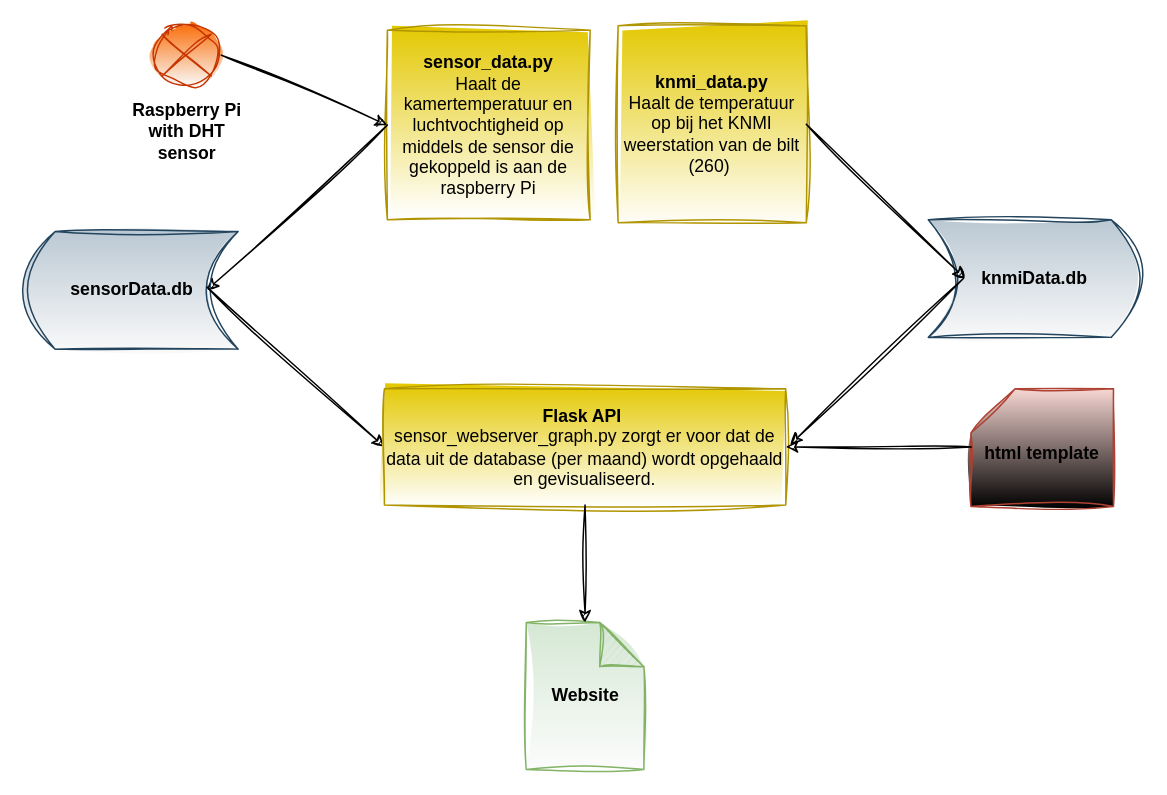
Earlier version of the draw.io diagram setup.drawio (Nelleke20/service.sensor-data). Source tidied: cells renumbered, new cells numbered last; positions are measured from the earlier drawing's top-left corner, leaving out a move shared by most shapes. Both pictures are drawn from the tidied source at 147%, with x=0, y=0 at pixel (25, 25).
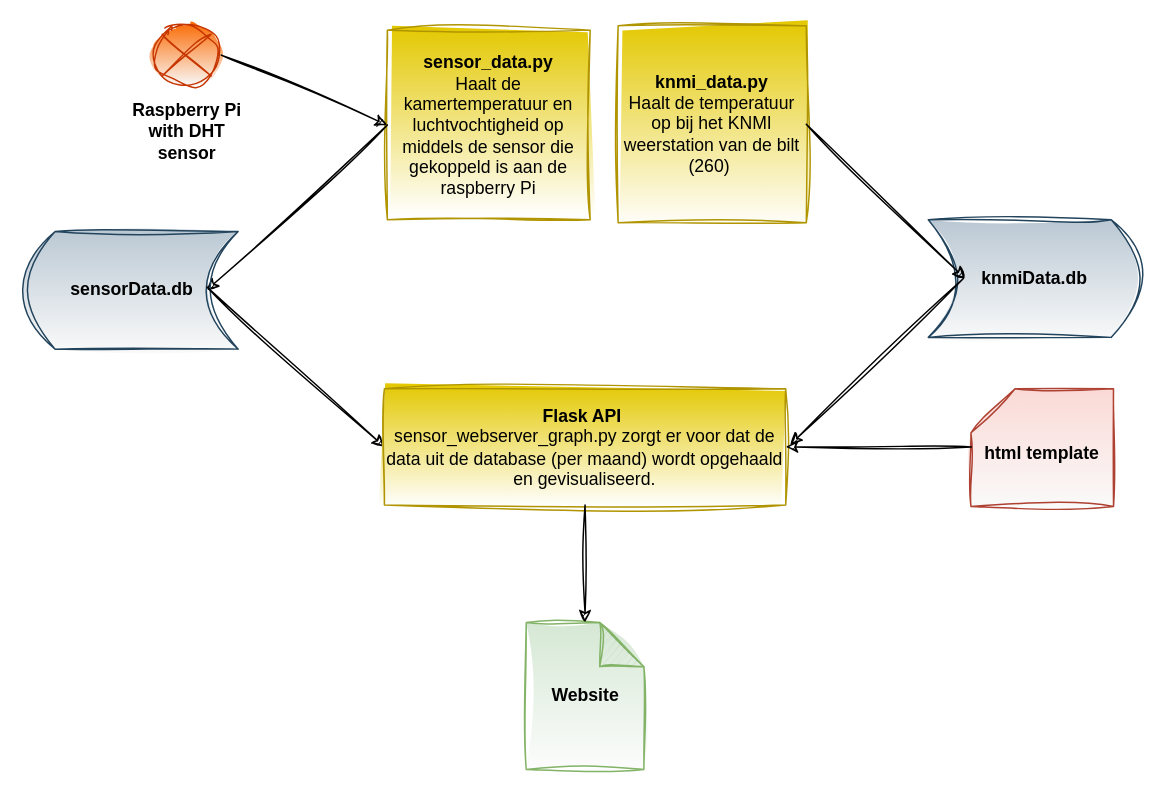
The same diagram, later.

What changed in the source:
```diff
@@
 <mxGraphModel>
   <root>
     <mxCell id="0" />
     <mxCell id="1" parent="0" />
     <mxCell id="2" value="&lt;b&gt;sensor_data.py&lt;/b&gt;&lt;br&gt;Haalt de kamertemperatuur en luchtvochtigheid op middels de sensor die gekoppeld is aan de raspberry Pi" style="rounded=0;whiteSpace=wrap;html=1;sketch=1;hachureGap=4;jiggle=2;curveFitting=1;fontFamily=Helvetica;fontSize=12;fillColor=#e3c800;strokeColor=#B09500;fontColor=#000000;gradientColor=#FFFFFF;" parent="1" vertex="1">
       <mxGeometry x="246" y="3" width="138" height="129" as="geometry" />
     </mxCell>
     <mxCell id="3" style="endArrow=classic;html=1;sketch=1;hachureGap=4;jiggle=2;curveFitting=1;fontFamily=Architects Daughter;fontSize=12;exitX=0;exitY=0.5;exitDx=0;exitDy=0;entryX=0.852;entryY=0.5;entryDx=0;entryDy=0;entryPerimeter=0;" parent="1" edge="1" source="2" target="4">
       <mxGeometry relative="1" as="geometry" />
     </mxCell>
     <mxCell id="4" value="sensorData.db" style="shape=dataStorage;whiteSpace=wrap;html=1;fixedSize=1;sketch=1;hachureGap=4;jiggle=2;curveFitting=1;fontFamily=Helvetica;fontSize=12;fillColor=#bac8d3;strokeColor=#23445d;fontStyle=1;gradientColor=#FAFAFA;" parent="1" vertex="1">
       <mxGeometry y="140" width="144.5" height="80" as="geometry" />
     </mxCell>
     <mxCell id="5" style="shape=sumEllipse;perimeter=ellipsePerimeter;whiteSpace=wrap;html=1;backgroundOutline=1;sketch=1;hachureGap=4;jiggle=2;curveFitting=1;fontFamily=Helvetica;fontSize=12;fillColor=#fa6800;strokeColor=#C73500;fontColor=#000000;gradientColor=#FAFAFA;" parent="1" vertex="1">
       <mxGeometry x="86" width="47" height="40" as="geometry" />
     </mxCell>
     <mxCell id="6" value="Raspberry Pi with DHT sensor" style="text;html=1;strokeColor=none;fillColor=none;align=center;verticalAlign=middle;whiteSpace=wrap;rounded=0;sketch=1;hachureGap=4;jiggle=2;curveFitting=1;fontFamily=Helvetica;fontSize=12;fontStyle=1;" parent="1" vertex="1">
       <mxGeometry x="69.5" y="57" width="80" height="30" as="geometry" />
     </mxCell>
     <mxCell id="7" style="endArrow=classic;html=1;sketch=1;hachureGap=4;jiggle=2;curveFitting=1;fontFamily=Architects Daughter;fontSize=12;exitX=1;exitY=0.5;exitDx=0;exitDy=0;entryX=0;entryY=0.5;entryDx=0;entryDy=0;" parent="1" edge="1" source="5" target="2">
       <mxGeometry relative="1" as="geometry" />
     </mxCell>
     <mxCell id="8" style="endArrow=classic;html=1;sketch=1;hachureGap=4;jiggle=2;curveFitting=1;fontFamily=Architects Daughter;fontSize=12;entryX=0;entryY=0.5;entryDx=0;entryDy=0;exitX=0.854;exitY=0.473;exitDx=0;exitDy=0;exitPerimeter=0;" parent="1" edge="1" source="4" target="9">
       <mxGeometry relative="1" as="geometry" />
     </mxCell>
     <mxCell id="9" value="&lt;b&gt;Flask API&amp;nbsp;&lt;/b&gt;&lt;br&gt;sensor_webserver_graph.py zorgt er voor dat de data uit de database (per maand) wordt opgehaald en gevisualiseerd." style="rounded=0;whiteSpace=wrap;html=1;sketch=1;hachureGap=4;jiggle=2;curveFitting=1;fontFamily=Helvetica;fontSize=12;fillColor=#e3c800;strokeColor=#B09500;fontColor=#000000;gradientColor=#ffffff;" parent="1" vertex="1">
       <mxGeometry x="244" y="247" width="273" height="79" as="geometry" />
     </mxCell>
     <mxCell id="10" value="Website" style="shape=note;whiteSpace=wrap;html=1;backgroundOutline=1;darkOpacity=0.05;sketch=1;hachureGap=4;jiggle=2;curveFitting=1;fontFamily=Helvetica;fontSize=12;fillColor=#d5e8d4;strokeColor=#82b366;fontStyle=1;gradientColor=#FCFCFC;" parent="1" vertex="1">
       <mxGeometry x="340.5" y="406" width="80" height="100" as="geometry" />
     </mxCell>
     <mxCell id="11" style="endArrow=classic;html=1;sketch=1;hachureGap=4;jiggle=2;curveFitting=1;fontFamily=Architects Daughter;fontSize=12;exitX=0.5;exitY=1;exitDx=0;exitDy=0;entryX=0.5;entryY=0;entryDx=0;entryDy=0;entryPerimeter=0;" parent="1" edge="1" source="9" target="10">
       <mxGeometry relative="1" as="geometry" />
     </mxCell>
-    <mxCell id="12" value="&lt;font style=&quot;font-size: 12px;&quot;&gt;html template&lt;/font&gt;" style="shape=card;whiteSpace=wrap;html=1;sketch=1;hachureGap=4;jiggle=2;curveFitting=1;fontFamily=Helvetica;fontSize=20;fillColor=#fad9d5;strokeColor=#ae4132;fontStyle=1;gradientDirection=south;gradientColor=default;" parent="1" vertex="1">
+    <mxCell id="12" value="&lt;font style=&quot;font-size: 12px;&quot;&gt;html template&lt;/font&gt;" style="shape=card;whiteSpace=wrap;html=1;sketch=1;hachureGap=4;jiggle=2;curveFitting=1;fontFamily=Helvetica;fontSize=20;fillColor=#fad9d5;strokeColor=#ae4132;fontStyle=1;gradientDirection=south;gradientColor=#FAFAFA;" parent="1" vertex="1">
       <mxGeometry x="643" y="247" width="97" height="80" as="geometry" />
     </mxCell>
     <mxCell id="13" style="endArrow=classic;html=1;sketch=1;hachureGap=4;jiggle=2;curveFitting=1;fontFamily=Architects Daughter;fontSize=12;exitX=0.003;exitY=0.495;exitDx=0;exitDy=0;exitPerimeter=0;entryX=1;entryY=0.5;entryDx=0;entryDy=0;" parent="1" edge="1" source="12" target="9">
       <mxGeometry relative="1" as="geometry" />
     </mxCell>
     <mxCell id="14" value="&lt;b&gt;knmi_data.py&lt;/b&gt;&lt;br&gt;Haalt de temperatuur op bij het KNMI weerstation van de bilt (260)&amp;nbsp;" style="rounded=0;whiteSpace=wrap;html=1;sketch=1;hachureGap=4;jiggle=2;curveFitting=1;fontFamily=Helvetica;fontSize=12;fillColor=#e3c800;strokeColor=#B09500;fontColor=#000000;gradientColor=#FFFFFF;" parent="1" vertex="1">
       <mxGeometry x="403" width="128" height="134" as="geometry" />
     </mxCell>
     <mxCell id="15" value="knmiData.db" style="shape=dataStorage;whiteSpace=wrap;html=1;fixedSize=1;sketch=1;hachureGap=4;jiggle=2;curveFitting=1;fontFamily=Helvetica;fontSize=12;fillColor=#bac8d3;strokeColor=#23445d;fontStyle=1;gradientColor=#FAFAFA;flipH=1;" parent="1" vertex="1">
       <mxGeometry x="614" y="132" width="144.5" height="80" as="geometry" />
     </mxCell>
     <mxCell id="16" style="endArrow=classic;html=1;sketch=1;hachureGap=4;jiggle=2;curveFitting=1;fontFamily=Architects Daughter;fontSize=12;exitX=1;exitY=0.5;exitDx=0;exitDy=0;" parent="1" edge="1" source="14">
       <mxGeometry relative="1" as="geometry">
         <mxPoint x="639" y="172" as="targetPoint" />
       </mxGeometry>
     </mxCell>
     <mxCell id="17" style="endArrow=classic;html=1;sketch=1;hachureGap=4;jiggle=2;curveFitting=1;fontFamily=Architects Daughter;fontSize=12;exitX=0.854;exitY=0.473;exitDx=0;exitDy=0;exitPerimeter=0;" parent="1" edge="1">
       <mxGeometry relative="1" as="geometry">
         <mxPoint x="637.9" y="172" as="sourcePoint" />
         <mxPoint x="520" y="285" as="targetPoint" />
       </mxGeometry>
     </mxCell>
   </root>
 </mxGraphModel>
```
